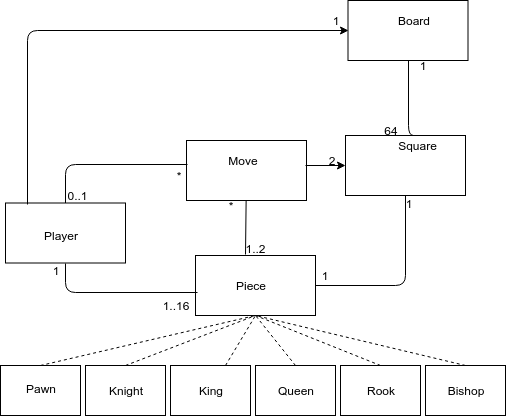
This is documentation/Chess Engine Diagram.png from antlammi/ChessAI_TiRa, a draw.io export, as it was before one commit. Source tidied: cells renumbered, new cells last; positions are measured from the earlier drawing's top-left corner, leaving out a move shared by most shapes. The source it was exported from:
```xml
<mxGraphModel>
  <root>
    <mxCell id="0" />
    <mxCell id="1" parent="0" />
    <mxCell id="2" style="rounded=0;whiteSpace=wrap;html=1;" parent="1" vertex="1">
      <mxGeometry x="5" y="202.5" width="120" height="60" as="geometry" />
    </mxCell>
    <mxCell id="3" style="rounded=0;whiteSpace=wrap;html=1;" parent="1" vertex="1">
      <mxGeometry x="195" y="255" width="120" height="60" as="geometry" />
    </mxCell>
    <mxCell id="4" style="rounded=0;whiteSpace=wrap;html=1;" parent="1" vertex="1">
      <mxGeometry x="347.5" width="120" height="60" as="geometry" />
    </mxCell>
    <mxCell id="5" style="rounded=0;whiteSpace=wrap;html=1;" parent="1" vertex="1">
      <mxGeometry x="345" y="135" width="120" height="60" as="geometry" />
    </mxCell>
    <mxCell id="6" value="Piece" style="text;html=1;strokeColor=none;fillColor=none;align=center;verticalAlign=middle;whiteSpace=wrap;rounded=0;" parent="1" vertex="1">
      <mxGeometry x="200" y="265" width="100" height="40" as="geometry" />
    </mxCell>
    <mxCell id="7" style="rounded=0;whiteSpace=wrap;html=1;" parent="1" vertex="1">
      <mxGeometry x="186" y="140" width="120" height="60" as="geometry" />
    </mxCell>
    <mxCell id="8" value="Board" style="text;html=1;strokeColor=none;fillColor=none;align=center;verticalAlign=middle;whiteSpace=wrap;rounded=0;" parent="1" vertex="1">
      <mxGeometry x="367.5" width="90" height="40" as="geometry" />
    </mxCell>
    <mxCell id="9" value="Move" style="text;html=1;strokeColor=none;fillColor=none;align=center;verticalAlign=middle;whiteSpace=wrap;rounded=0;" parent="1" vertex="1">
      <mxGeometry x="191" y="140" width="104" height="40" as="geometry" />
    </mxCell>
    <mxCell id="10" value="Square" style="text;html=1;strokeColor=none;fillColor=none;align=center;verticalAlign=middle;whiteSpace=wrap;rounded=0;" parent="1" vertex="1">
      <mxGeometry x="365" y="135" width="105" height="20" as="geometry" />
    </mxCell>
    <mxCell id="11" style="rounded=0;whiteSpace=wrap;html=1;" parent="1" vertex="1">
      <mxGeometry y="365" width="80" height="50" as="geometry" />
    </mxCell>
    <mxCell id="12" style="rounded=0;whiteSpace=wrap;html=1;" parent="1" vertex="1">
      <mxGeometry x="85" y="365" width="80" height="50" as="geometry" />
    </mxCell>
    <mxCell id="13" value="King" style="rounded=0;whiteSpace=wrap;html=1;" parent="1" vertex="1">
      <mxGeometry x="170" y="365" width="80" height="50" as="geometry" />
    </mxCell>
    <mxCell id="14" value="Queen" style="rounded=0;whiteSpace=wrap;html=1;" parent="1" vertex="1">
      <mxGeometry x="255" y="365" width="80" height="50" as="geometry" />
    </mxCell>
    <mxCell id="15" value="Pawn" style="text;html=1;strokeColor=none;fillColor=none;align=center;verticalAlign=middle;whiteSpace=wrap;rounded=0;" parent="1" vertex="1">
      <mxGeometry x="5" y="370" width="70" height="35" as="geometry" />
    </mxCell>
    <mxCell id="16" value="Knight" style="text;html=1;strokeColor=none;fillColor=none;align=center;verticalAlign=middle;whiteSpace=wrap;rounded=0;" parent="1" vertex="1">
      <mxGeometry x="95" y="375" width="60" height="30" as="geometry" />
    </mxCell>
    <mxCell id="17" value="Rook" style="rounded=0;whiteSpace=wrap;html=1;" parent="1" vertex="1">
      <mxGeometry x="340" y="365" width="80" height="50" as="geometry" />
    </mxCell>
    <mxCell id="18" value="Bishop" style="rounded=0;whiteSpace=wrap;html=1;" parent="1" vertex="1">
      <mxGeometry x="425" y="365" width="80" height="50" as="geometry" />
    </mxCell>
    <mxCell id="19" style="endArrow=none;html=1;strokeColor=#000000;dashed=1;entryX=0.5;entryY=1;entryDx=0;entryDy=0;exitX=0.5;exitY=0;exitDx=0;exitDy=0;" parent="1" edge="1" source="11" target="3">
      <mxGeometry relative="1" as="geometry" />
    </mxCell>
    <mxCell id="20" style="endArrow=none;html=1;strokeColor=#000000;dashed=1;entryX=0.5;entryY=1;entryDx=0;entryDy=0;exitX=0.5;exitY=0;exitDx=0;exitDy=0;" parent="1" edge="1" source="12" target="3">
      <mxGeometry relative="1" as="geometry" />
    </mxCell>
    <mxCell id="21" style="endArrow=none;html=1;strokeColor=#000000;dashed=1;entryX=0.5;entryY=1;entryDx=0;entryDy=0;" parent="1" edge="1" source="13" target="3">
      <mxGeometry relative="1" as="geometry" />
    </mxCell>
    <mxCell id="22" style="endArrow=none;html=1;strokeColor=#000000;dashed=1;entryX=0.5;entryY=1;entryDx=0;entryDy=0;exitX=0.5;exitY=0;exitDx=0;exitDy=0;" parent="1" edge="1" source="14" target="3">
      <mxGeometry relative="1" as="geometry" />
    </mxCell>
    <mxCell id="23" style="endArrow=none;html=1;strokeColor=#000000;dashed=1;entryX=0.5;entryY=1;entryDx=0;entryDy=0;exitX=0.5;exitY=0;exitDx=0;exitDy=0;" parent="1" edge="1" source="17" target="3">
      <mxGeometry relative="1" as="geometry" />
    </mxCell>
    <mxCell id="24" style="endArrow=none;dashed=1;html=1;strokeColor=#000000;exitX=0.5;exitY=0;exitDx=0;exitDy=0;" parent="1" edge="1" source="18">
      <mxGeometry relative="1" as="geometry">
        <mxPoint x="255" y="315" as="targetPoint" />
      </mxGeometry>
    </mxCell>
    <mxCell id="25" value="Player" style="text;html=1;strokeColor=none;fillColor=none;align=center;verticalAlign=middle;whiteSpace=wrap;rounded=0;" parent="1" vertex="1">
      <mxGeometry x="5" y="215" width="110" height="40" as="geometry" />
    </mxCell>
    <mxCell id="26" style="endArrow=none;html=1;strokeColor=#000000;entryX=0.5;entryY=1;entryDx=0;entryDy=0;exitX=0.017;exitY=0.617;exitDx=0;exitDy=0;exitPerimeter=0;" parent="1" edge="1" source="3" target="2">
      <mxGeometry relative="1" as="geometry">
        <Array as="points">
          <mxPoint x="65" y="292" />
        </Array>
      </mxGeometry>
    </mxCell>
    <mxCell id="27" value="1..16" style="text;html=1;strokeColor=none;fillColor=none;align=center;verticalAlign=middle;whiteSpace=wrap;rounded=0;" parent="1" vertex="1">
      <mxGeometry x="155" y="295" width="40" height="20" as="geometry" />
    </mxCell>
    <mxCell id="28" value="1" style="text;html=1;strokeColor=none;fillColor=none;align=center;verticalAlign=middle;whiteSpace=wrap;rounded=0;" parent="1" vertex="1">
      <mxGeometry x="35" y="260" width="40" height="20" as="geometry" />
    </mxCell>
    <mxCell id="29" style="endArrow=none;html=1;strokeColor=#000000;entryX=0.5;entryY=1;entryDx=0;entryDy=0;exitX=0.5;exitY=0;exitDx=0;exitDy=0;" parent="1" edge="1" source="10" target="4">
      <mxGeometry relative="1" as="geometry">
        <Array as="points">
          <mxPoint x="408" y="135" />
        </Array>
      </mxGeometry>
    </mxCell>
    <mxCell id="30" value="1" style="text;html=1;strokeColor=none;fillColor=none;align=center;verticalAlign=middle;whiteSpace=wrap;rounded=0;" parent="1" vertex="1">
      <mxGeometry x="408" y="60" width="28" height="10" as="geometry" />
    </mxCell>
    <mxCell id="31" value="64" style="text;html=1;strokeColor=none;fillColor=none;align=center;verticalAlign=middle;whiteSpace=wrap;rounded=0;" parent="1" vertex="1">
      <mxGeometry x="377" y="125" width="28" height="10" as="geometry" />
    </mxCell>
    <mxCell id="32" style="endArrow=none;html=1;strokeColor=#000000;entryX=0.5;entryY=1;entryDx=0;entryDy=0;" parent="1" edge="1" target="5">
      <mxGeometry relative="1" as="geometry">
        <mxPoint x="315" y="285" as="sourcePoint" />
        <Array as="points">
          <mxPoint x="405" y="285" />
        </Array>
      </mxGeometry>
    </mxCell>
    <mxCell id="33" value="1" style="text;html=1;strokeColor=none;fillColor=none;align=center;verticalAlign=middle;whiteSpace=wrap;rounded=0;" parent="1" vertex="1">
      <mxGeometry x="394" y="197.5" width="28" height="10" as="geometry" />
    </mxCell>
    <mxCell id="34" value="1" style="text;html=1;strokeColor=none;fillColor=none;align=center;verticalAlign=middle;whiteSpace=wrap;rounded=0;" parent="1" vertex="1">
      <mxGeometry x="310" y="270" width="28" height="10" as="geometry" />
    </mxCell>
    <mxCell id="35" value="2" style="text;html=1;strokeColor=none;fillColor=none;align=center;verticalAlign=middle;whiteSpace=wrap;rounded=0;" parent="1" vertex="1">
      <mxGeometry x="317" y="155" width="28" height="10" as="geometry" />
    </mxCell>
    <mxCell id="36" style="endArrow=classic;html=1;strokeColor=#000000;entryX=0;entryY=0.5;entryDx=0;entryDy=0;" parent="1" edge="1" target="5">
      <mxGeometry relative="1" as="geometry">
        <mxPoint x="305" y="165" as="sourcePoint" />
      </mxGeometry>
    </mxCell>
    <mxCell id="37" value="*" style="text;html=1;strokeColor=none;fillColor=none;align=center;verticalAlign=middle;whiteSpace=wrap;rounded=0;" parent="1" vertex="1">
      <mxGeometry x="222" y="200" width="16" height="10" as="geometry" />
    </mxCell>
    <mxCell id="38" value="1..2" style="text;html=1;strokeColor=none;fillColor=none;align=center;verticalAlign=middle;whiteSpace=wrap;rounded=0;" parent="1" vertex="1">
      <mxGeometry x="250" y="240" width="11" height="15" as="geometry" />
    </mxCell>
    <mxCell id="39" style="endArrow=none;html=1;strokeColor=#000000;entryX=0.008;entryY=0.4;entryDx=0;entryDy=0;entryPerimeter=0;" parent="1" edge="1" source="2" target="7">
      <mxGeometry relative="1" as="geometry">
        <Array as="points">
          <mxPoint x="65" y="164" />
        </Array>
      </mxGeometry>
    </mxCell>
    <mxCell id="40" style="endArrow=none;html=1;strokeColor=#000000;exitX=0.417;exitY=-0.017;exitDx=0;exitDy=0;exitPerimeter=0;" parent="1" edge="1" source="3" target="7">
      <mxGeometry relative="1" as="geometry" />
    </mxCell>
    <mxCell id="41" value="*" style="text;html=1;strokeColor=none;fillColor=none;align=center;verticalAlign=middle;whiteSpace=wrap;rounded=0;" parent="1" vertex="1">
      <mxGeometry x="170" y="170" width="16" height="10" as="geometry" />
    </mxCell>
    <mxCell id="42" value="0..1" style="text;html=1;strokeColor=none;fillColor=none;align=center;verticalAlign=middle;whiteSpace=wrap;rounded=0;" parent="1" vertex="1">
      <mxGeometry x="69" y="190" width="16" height="10" as="geometry" />
    </mxCell>
    <mxCell id="43" style="endArrow=classic;html=1;strokeColor=#000000;entryX=0;entryY=0.5;entryDx=0;entryDy=0;exitX=0.183;exitY=0.025;exitDx=0;exitDy=0;exitPerimeter=0;" parent="1" edge="1" source="2" target="4">
      <mxGeometry relative="1" as="geometry">
        <Array as="points">
          <mxPoint x="27" y="30" />
        </Array>
      </mxGeometry>
    </mxCell>
    <mxCell id="44" value="1" style="text;html=1;strokeColor=none;fillColor=none;align=center;verticalAlign=middle;whiteSpace=wrap;rounded=0;" parent="1" vertex="1">
      <mxGeometry x="325" y="10" width="20" height="20" as="geometry" />
    </mxCell>
  </root>
</mxGraphModel>
```
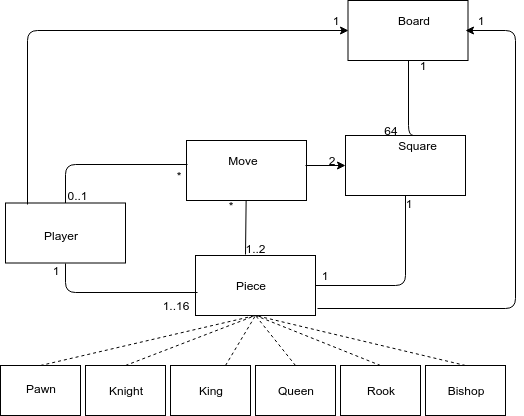
The same file after the commit.

Change to the diagram source:
```diff
@@ -156,5 +156,17 @@
     <mxCell id="44" value="1" style="text;html=1;strokeColor=none;fillColor=none;align=center;verticalAlign=middle;whiteSpace=wrap;rounded=0;" parent="1" vertex="1">
       <mxGeometry x="325" y="10" width="20" height="20" as="geometry" />
     </mxCell>
+    <mxCell id="45" style="endArrow=classic;html=1;strokeColor=#000000;exitX=1.017;exitY=0.883;exitDx=0;exitDy=0;exitPerimeter=0;" parent="1" edge="1" source="3">
+      <mxGeometry relative="1" as="geometry">
+        <mxPoint x="465" y="30" as="targetPoint" />
+        <Array as="points">
+          <mxPoint x="515" y="308" />
+          <mxPoint x="515" y="30" />
+        </Array>
+      </mxGeometry>
+    </mxCell>
+    <mxCell id="46" value="1" style="text;html=1;strokeColor=none;fillColor=none;align=center;verticalAlign=middle;whiteSpace=wrap;rounded=0;" parent="1" vertex="1">
+      <mxGeometry x="470" y="10" width="20" height="20" as="geometry" />
+    </mxCell>
   </root>
 </mxGraphModel>
```
